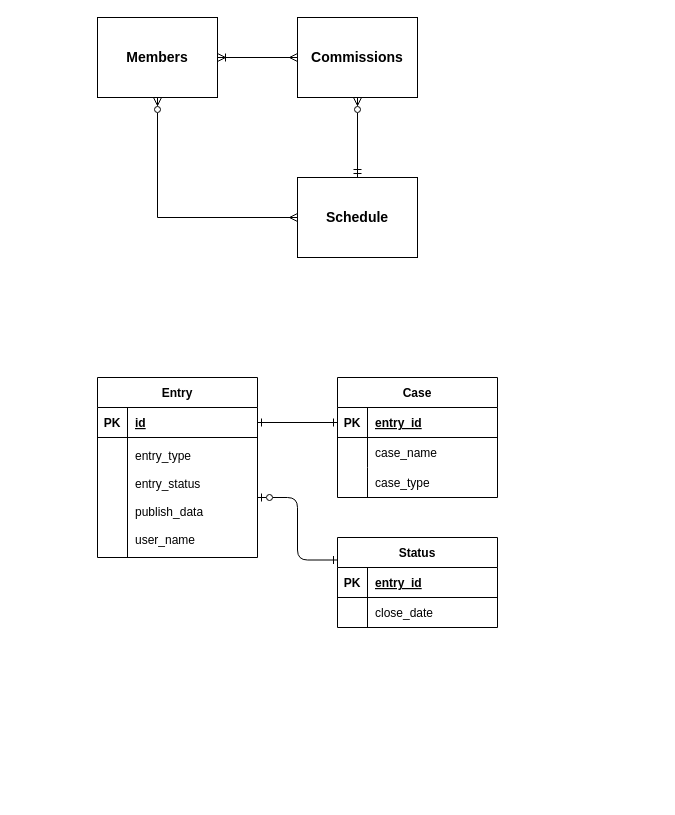
dyukoffv4/KustKust keeps this draw.io diagram as TestSQL/TestSQL.drawio. Above is the earlier version. Source tidied: cells renumbered, new cells numbered last; positions are measured from the earlier drawing's top-left corner, leaving out a move shared by most shapes. Both pictures are drawn from the tidied source at 100%, with x=0, y=0 at pixel (97, 17).
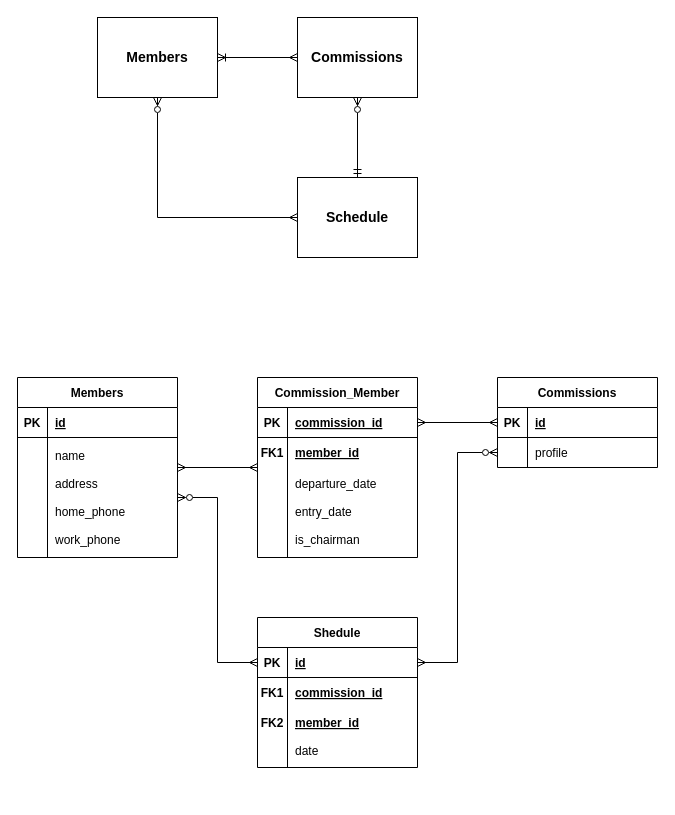
The same page after the edit.

The change refers to these unchanged cells:
```xml
<mxCell id="13" style="shape=partialRectangle;fillColor=none;points=[[0,0.5],[1,0.5]];portConstraint=eastwest;top=0;left=0;right=0;bottom=1;" parent="12" vertex="1">
  <mxGeometry y="30" width="160" height="30" as="geometry" />
</mxCell>
<mxCell id="16" style="shape=partialRectangle;fillColor=none;points=[[0,0.5],[1,0.5]];portConstraint=eastwest;top=0;left=0;right=0;bottom=0;" parent="12" vertex="1">
  <mxGeometry y="60" width="160" height="30" as="geometry" />
</mxCell>
<mxCell id="23" style="shape=partialRectangle;fillColor=none;points=[[0,0.5],[1,0.5]];portConstraint=eastwest;top=0;left=0;right=0;bottom=1;" parent="22" vertex="1">
  <mxGeometry y="30" width="160" height="30" as="geometry" />
</mxCell>
<mxCell id="26" style="shape=partialRectangle;fillColor=none;points=[[0,0.5],[1,0.5]];portConstraint=eastwest;top=0;left=0;right=0;bottom=0;" parent="22" vertex="1">
  <mxGeometry y="60" width="160" height="120" as="geometry" />
</mxCell>
```

The edit, as a diff of the source:
```diff
@@
-    <mxCell id="4" style="edgeStyle=orthogonalEdgeStyle;endArrow=ERone;startArrow=ERzeroToOne;endFill=0;startFill=0;entryX=0;entryY=0.25;entryDx=0;entryDy=0;exitX=1;exitY=0.5;exitDx=0;exitDy=0;" parent="1" edge="1" source="26" target="5">
-      <mxGeometry relative="1" as="geometry" />
-    </mxCell>
-    <mxCell id="5" value="Status" style="shape=table;startSize=30;childLayout=tableLayout;rowLines=0;fontStyle=1;align=center;" parent="1" vertex="1">
-      <mxGeometry x="240" y="520" width="160" height="90" as="geometry" />
-    </mxCell>
-    <mxCell id="6" style="shape=partialRectangle;fillColor=none;top=0;left=0;right=0;bottom=1;" parent="5" vertex="1">
-      <mxGeometry y="30" width="160" height="30" as="geometry" />
-    </mxCell>
-    <mxCell id="7" value="PK" style="shape=partialRectangle;overflow=hidden;fillColor=none;top=0;left=0;bottom=0;right=0;fontStyle=1;" parent="6" vertex="1">
-      <mxGeometry width="30" height="30" as="geometry" />
-    </mxCell>
-    <mxCell id="8" value="entry_id" style="shape=partialRectangle;overflow=hidden;fillColor=none;top=0;left=0;bottom=0;right=0;align=left;spacingLeft=6;fontStyle=5;" parent="6" vertex="1">
-      <mxGeometry x="30" width="130" height="30" as="geometry" />
-    </mxCell>
-    <mxCell id="9" style="shape=partialRectangle;fillColor=none;top=0;left=0;right=0;bottom=0;" parent="5" vertex="1">
-      <mxGeometry y="60" width="160" height="30" as="geometry" />
-    </mxCell>
-    <mxCell id="10" style="shape=partialRectangle;overflow=hidden;fillColor=none;top=0;left=0;bottom=0;right=0;" parent="9" vertex="1">
-      <mxGeometry width="30" height="30" as="geometry" />
-    </mxCell>
-    <mxCell id="11" value="close_date" style="shape=partialRectangle;overflow=hidden;fillColor=none;top=0;left=0;bottom=0;right=0;align=left;spacingLeft=6;" parent="9" vertex="1">
-      <mxGeometry x="30" width="130" height="30" as="geometry" />
-    </mxCell>
-    <mxCell id="12" value="Case" style="shape=table;startSize=30;childLayout=tableLayout;rowLines=0;fontStyle=1;align=center;" parent="1" vertex="1">
-      <mxGeometry x="240" y="360" width="160" height="120" as="geometry" />
+    <mxCell id="12" value="Commissions" style="shape=table;startSize=30;childLayout=tableLayout;rowLines=0;fontStyle=1;align=center;" parent="1" vertex="1">
+      <mxGeometry x="400" y="360" width="160" height="90" as="geometry" />
     </mxCell>
@@
-    <mxCell id="15" value="entry_id" style="shape=partialRectangle;overflow=hidden;fillColor=none;top=0;left=0;bottom=0;right=0;align=left;spacingLeft=6;fontStyle=5;" parent="13" vertex="1">
+    <mxCell id="15" value="id" style="shape=partialRectangle;overflow=hidden;fillColor=none;top=0;left=0;bottom=0;right=0;align=left;spacingLeft=6;fontStyle=5;" parent="13" vertex="1">
       <mxGeometry x="30" width="130" height="30" as="geometry" />
     </mxCell>
@@
-    <mxCell id="18" value="case_name" style="shape=partialRectangle;overflow=hidden;fillColor=none;top=0;left=0;bottom=0;right=0;align=left;spacingLeft=6;" parent="16" vertex="1">
+    <mxCell id="18" value="profile" style="shape=partialRectangle;overflow=hidden;fillColor=none;top=0;left=0;bottom=0;right=0;align=left;spacingLeft=6;" parent="16" vertex="1">
       <mxGeometry x="30" width="130" height="30" as="geometry" />
     </mxCell>
-    <mxCell id="19" style="shape=partialRectangle;fillColor=none;top=0;left=0;right=0;bottom=0;" parent="12" vertex="1">
-      <mxGeometry y="90" width="160" height="30" as="geometry" />
-    </mxCell>
-    <mxCell id="20" style="shape=partialRectangle;overflow=hidden;fillColor=none;top=0;left=0;bottom=0;right=0;" parent="19" vertex="1">
-      <mxGeometry width="30" height="30" as="geometry" />
-    </mxCell>
-    <mxCell id="21" value="case_type" style="shape=partialRectangle;overflow=hidden;fillColor=none;top=0;left=0;bottom=0;right=0;align=left;spacingLeft=6;" parent="19" vertex="1">
-      <mxGeometry x="30" width="130" height="30" as="geometry" />
-    </mxCell>
+    <mxCell id="34" style="edgeStyle=orthogonalEdgeStyle;rounded=0;jettySize=auto;html=1;endArrow=ERmany;endFill=0;startArrow=ERmany;startFill=0;" parent="1" edge="1" source="22" target="35">
+      <mxGeometry relative="1" as="geometry" />
+    </mxCell>
-    <mxCell id="22" value="Entry" style="shape=table;startSize=30;childLayout=tableLayout;rowLines=0;fontStyle=1;align=center;" parent="1" vertex="1">
-      <mxGeometry y="360" width="160" height="180" as="geometry" />
+    <mxCell id="22" value="Members" style="shape=table;startSize=30;childLayout=tableLayout;rowLines=0;fontStyle=1;align=center;" parent="1" vertex="1">
+      <mxGeometry x="-80" y="360" width="160" height="180" as="geometry" />
     </mxCell>
@@
-    <mxCell id="28" value="entry_type&#10;&#10;entry_status&#10;&#10;publish_data&#10;&#10;user_name" style="shape=partialRectangle;overflow=hidden;fillColor=none;top=0;left=0;bottom=0;right=0;align=left;spacingLeft=6;" parent="26" vertex="1">
+    <mxCell id="28" value="name&#10;&#10;address&#10;&#10;home_phone&#10;&#10;work_phone" style="shape=partialRectangle;overflow=hidden;fillColor=none;top=0;left=0;bottom=0;right=0;align=left;spacingLeft=6;" parent="26" vertex="1">
       <mxGeometry x="30" width="130" height="120" as="geometry" />
     </mxCell>
-    <mxCell id="29" style="edgeStyle=orthogonalEdgeStyle;rounded=0;jettySize=auto;html=1;entryX=0;entryY=0.5;entryDx=0;entryDy=0;startArrow=ERone;startFill=0;endArrow=ERone;endFill=0;" parent="1" edge="1" source="23" target="13">
-      <mxGeometry relative="1" as="geometry" />
-    </mxCell>
@@
+    <mxCell id="35" value="Commission_Member" style="shape=table;startSize=30;childLayout=tableLayout;rowLines=0;fontStyle=1;align=center;" parent="1" vertex="1">
+      <mxGeometry x="160" y="360" width="160" height="180" as="geometry" />
+    </mxCell>
+    <mxCell id="36" style="shape=partialRectangle;fillColor=none;points=[[0,0.5],[1,0.5]];portConstraint=eastwest;top=0;left=0;right=0;bottom=1;" parent="35" vertex="1">
+      <mxGeometry y="30" width="160" height="30" as="geometry" />
+    </mxCell>
+    <mxCell id="37" value="PK" style="shape=partialRectangle;overflow=hidden;fillColor=none;top=0;left=0;bottom=0;right=0;fontStyle=1;" parent="36" vertex="1">
+      <mxGeometry width="30" height="30" as="geometry" />
+    </mxCell>
+    <mxCell id="38" value="commission_id" style="shape=partialRectangle;overflow=hidden;fillColor=none;top=0;left=0;bottom=0;right=0;align=left;spacingLeft=6;fontStyle=5;" parent="36" vertex="1">
+      <mxGeometry x="30" width="130" height="30" as="geometry" />
+    </mxCell>
+    <mxCell id="39" style="shape=partialRectangle;fillColor=none;top=0;left=0;right=0;bottom=0;" parent="35" vertex="1">
+      <mxGeometry y="60" width="160" height="120" as="geometry" />
+    </mxCell>
+    <mxCell id="40" style="shape=partialRectangle;overflow=hidden;fillColor=none;top=0;left=0;bottom=0;right=0;" parent="39" vertex="1">
+      <mxGeometry width="30" height="120" as="geometry" />
+    </mxCell>
+    <mxCell id="41" value="&#10;&#10;departure_date&#10;&#10;entry_date&#10;&#10;is_chairman" style="shape=partialRectangle;overflow=hidden;fillColor=none;top=0;left=0;bottom=0;right=0;align=left;spacingLeft=6;" parent="39" vertex="1">
+      <mxGeometry x="30" width="130" height="120" as="geometry" />
+    </mxCell>
+    <mxCell id="42" value="FK1" style="shape=partialRectangle;overflow=hidden;fillColor=none;top=0;left=0;bottom=0;right=0;fontStyle=1;" parent="1" vertex="1">
+      <mxGeometry x="160" y="420" width="30" height="30" as="geometry" />
+    </mxCell>
+    <mxCell id="43" value="member_id" style="shape=partialRectangle;overflow=hidden;fillColor=none;top=0;left=0;bottom=0;right=0;align=left;spacingLeft=6;fontStyle=5;" parent="1" vertex="1">
+      <mxGeometry x="190" y="420" width="130" height="30" as="geometry" />
+    </mxCell>
+    <mxCell id="44" style="group;" parent="1" vertex="1">
+      <mxGeometry x="160" y="600" width="160" height="180" as="geometry" />
+    </mxCell>
+    <mxCell id="45" value="Shedule" style="shape=table;startSize=30;childLayout=tableLayout;rowLines=0;fontStyle=1;align=center;" parent="44" vertex="1">
+      <mxGeometry width="160" height="150" as="geometry" />
+    </mxCell>
+    <mxCell id="46" style="shape=partialRectangle;fillColor=none;points=[[0,0.5],[1,0.5]];portConstraint=eastwest;top=0;left=0;right=0;bottom=1;" parent="45" vertex="1">
+      <mxGeometry y="30" width="160" height="30" as="geometry" />
+    </mxCell>
+    <mxCell id="47" value="PK" style="shape=partialRectangle;overflow=hidden;fillColor=none;top=0;left=0;bottom=0;right=0;fontStyle=1;" parent="46" vertex="1">
+      <mxGeometry width="30" height="30" as="geometry" />
+    </mxCell>
+    <mxCell id="48" value="id" style="shape=partialRectangle;overflow=hidden;fillColor=none;top=0;left=0;bottom=0;right=0;align=left;spacingLeft=6;fontStyle=5;" parent="46" vertex="1">
+      <mxGeometry x="30" width="130" height="30" as="geometry" />
+    </mxCell>
+    <mxCell id="49" style="shape=partialRectangle;fillColor=none;top=0;left=0;right=0;bottom=0;" parent="45" vertex="1">
+      <mxGeometry y="60" width="160" height="90" as="geometry" />
+    </mxCell>
+    <mxCell id="50" style="shape=partialRectangle;overflow=hidden;fillColor=none;top=0;left=0;bottom=0;right=0;" parent="49" vertex="1">
+      <mxGeometry width="30" height="90" as="geometry" />
+    </mxCell>
+    <mxCell id="51" value="&#10;&#10;&#10;&#10;date" style="shape=partialRectangle;overflow=hidden;fillColor=none;top=0;left=0;bottom=0;right=0;align=left;spacingLeft=6;" parent="49" vertex="1">
+      <mxGeometry x="30" width="130" height="90" as="geometry" />
+    </mxCell>
+    <mxCell id="52" value="FK1" style="shape=partialRectangle;overflow=hidden;fillColor=none;top=0;left=0;bottom=0;right=0;fontStyle=1;" parent="44" vertex="1">
+      <mxGeometry y="60" width="30" height="30" as="geometry" />
+    </mxCell>
+    <mxCell id="53" value="commission_id" style="shape=partialRectangle;overflow=hidden;fillColor=none;top=0;left=0;bottom=0;right=0;align=left;spacingLeft=6;fontStyle=5;" parent="44" vertex="1">
+      <mxGeometry x="30" y="60" width="130" height="30" as="geometry" />
+    </mxCell>
+    <mxCell id="54" value="FK2" style="shape=partialRectangle;overflow=hidden;fillColor=none;top=0;left=0;bottom=0;right=0;fontStyle=1;" parent="44" vertex="1">
+      <mxGeometry y="90" width="30" height="30" as="geometry" />
+    </mxCell>
+    <mxCell id="55" value="member_id" style="shape=partialRectangle;overflow=hidden;fillColor=none;top=0;left=0;bottom=0;right=0;align=left;spacingLeft=6;fontStyle=5;" parent="44" vertex="1">
+      <mxGeometry x="30" y="90" width="130" height="30" as="geometry" />
+    </mxCell>
+    <mxCell id="56" style="edgeStyle=orthogonalEdgeStyle;rounded=0;jettySize=auto;html=1;entryX=0;entryY=0.5;entryDx=0;entryDy=0;startArrow=ERzeroToMany;startFill=0;endArrow=ERmany;endFill=0;" parent="1" edge="1" source="26" target="46">
+      <mxGeometry relative="1" as="geometry" />
+    </mxCell>
+    <mxCell id="57" style="edgeStyle=orthogonalEdgeStyle;rounded=0;jettySize=auto;html=1;startArrow=ERmany;startFill=0;endArrow=ERzeroToMany;endFill=0;" parent="1" edge="1" source="46" target="16">
+      <mxGeometry relative="1" as="geometry" />
+    </mxCell>
+    <mxCell id="58" style="edgeStyle=orthogonalEdgeStyle;rounded=0;jettySize=auto;html=1;endArrow=ERmany;endFill=0;startArrow=ERmany;startFill=0;" parent="1" edge="1" source="13" target="36">
+      <mxGeometry relative="1" as="geometry" />
+    </mxCell>
```
